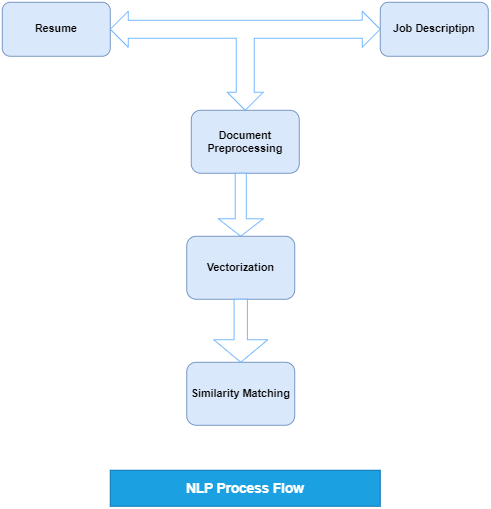
The draw.io diagram misc/nlp.png in shubhjadhav/Unrivaled, before a commit. Source tidied: cells renumbered, new cells last; positions are measured from the earlier drawing's top-left corner, leaving out a move shared by most shapes.
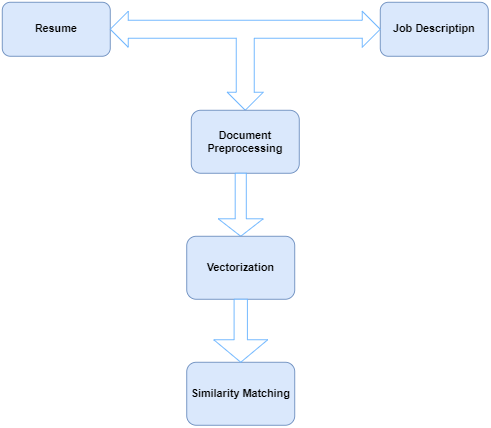
The same diagram one commit later.

The edit, as a diff of the source:
```diff
@@ -29,8 +29,5 @@
     <mxCell id="10" style="shape=singleArrow;direction=south;whiteSpace=wrap;html=1;arrowWidth=0.24666748046875;arrowSize=0.35714242117745537;labelBorderColor=default;strokeColor=#66B2FF;" parent="2" vertex="1">
       <mxGeometry x="235" y="330" width="60" height="70" as="geometry" />
     </mxCell>
-    <mxCell id="11" value="NLP Process Flow" style="text;html=1;strokeColor=#006EAF;fillColor=#1ba1e2;align=center;verticalAlign=middle;whiteSpace=wrap;rounded=0;labelBorderColor=none;fontFamily=Helvetica;fontStyle=1;fontColor=#ffffff;fontSize=15;" parent="1" vertex="1">
-      <mxGeometry x="120" y="520" width="300" height="40" as="geometry" />
-    </mxCell>
   </root>
 </mxGraphModel>
```
